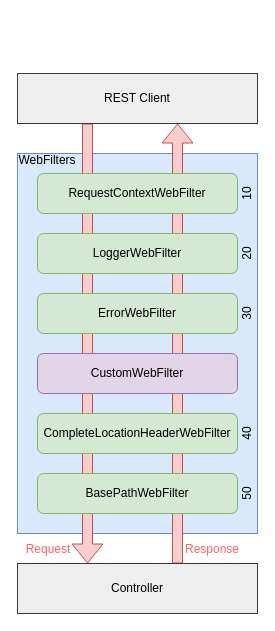
The draw.io diagram doc/almaraz.drawio in bruno-rodrigues-bitsight/contrib-almaraz, before the edit. Source tidied: cells renumbered, new cells numbered last; positions are measured from the earlier drawing's top-left corner, leaving out a move shared by most shapes. Both pictures are drawn from the tidied source at 100%, with x=0, y=0 at pixel (17, 73).
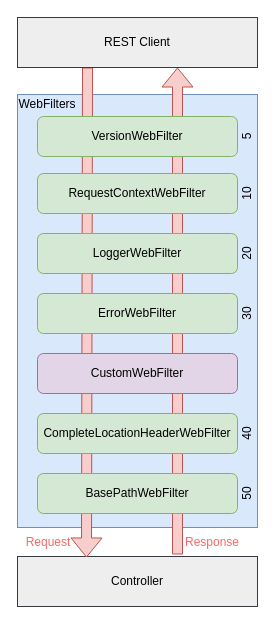
The same page after the edit.

Diff of the diagram source:
```diff
@@
+    <mxCell id="11" value="Controller" style="rounded=0;whiteSpace=wrap;html=1;align=center;fillColor=#eeeeee;strokeColor=#36393d;" parent="1" vertex="1">
+      <mxGeometry y="483" width="240" height="50" as="geometry" />
+    </mxCell>
     <mxCell id="2" style="rounded=0;whiteSpace=wrap;html=1;align=center;fillColor=#dae8fc;strokeColor=#6c8ebf;" parent="1" vertex="1">
-      <mxGeometry y="80" width="240" height="380" as="geometry" />
+      <mxGeometry y="21" width="240" height="433" as="geometry" />
     </mxCell>
     <mxCell id="3" style="shape=flexArrow;endArrow=classic;html=1;fillColor=#f8cecc;strokeColor=#b85450;" parent="1" edge="1">
       <mxGeometry relative="1" as="geometry">
-        <mxPoint x="160" y="490" as="sourcePoint" />
-        <mxPoint x="160" y="50" as="targetPoint" />
+        <mxPoint x="160" y="481" as="sourcePoint" />
+        <mxPoint x="160" y="-6" as="targetPoint" />
       </mxGeometry>
     </mxCell>
     <mxCell id="4" style="shape=flexArrow;endArrow=classic;html=1;fillColor=#f8cecc;strokeColor=#b85450;" parent="1" edge="1">
       <mxGeometry relative="1" as="geometry">
-        <mxPoint x="70" y="50" as="sourcePoint" />
-        <mxPoint x="70" y="490" as="targetPoint" />
+        <mxPoint x="70" y="-6" as="sourcePoint" />
+        <mxPoint x="69" y="484" as="targetPoint" />
       </mxGeometry>
     </mxCell>
@@
-    <mxCell id="11" value="Controller" style="rounded=0;whiteSpace=wrap;html=1;align=center;fillColor=#eeeeee;strokeColor=#36393d;" parent="1" vertex="1">
-      <mxGeometry y="490" width="240" height="50" as="geometry" />
-    </mxCell>
     <mxCell id="12" value="Request" style="text;html=1;strokeColor=none;fillColor=none;align=center;verticalAlign=middle;whiteSpace=wrap;rounded=0;fontColor=#FF6666;" parent="1" vertex="1">
-      <mxGeometry x="11" y="466" width="40" height="20" as="geometry" />
+      <mxGeometry x="11" y="459" width="40" height="20" as="geometry" />
     </mxCell>
     <mxCell id="13" value="Response" style="text;html=1;strokeColor=none;fillColor=none;align=center;verticalAlign=middle;whiteSpace=wrap;rounded=0;fontColor=#FF6666;" parent="1" vertex="1">
-      <mxGeometry x="175" y="466" width="40" height="20" as="geometry" />
+      <mxGeometry x="175" y="459" width="40" height="20" as="geometry" />
     </mxCell>
     <mxCell id="14" value="WebFilters" style="text;html=1;strokeColor=none;fillColor=none;align=center;verticalAlign=middle;whiteSpace=wrap;rounded=0;fontColor=#000000;" parent="1" vertex="1">
-      <mxGeometry x="10" y="77" width="40" height="20" as="geometry" />
+      <mxGeometry x="10" y="21" width="40" height="20" as="geometry" />
     </mxCell>
@@
     <mxCell id="20" value="REST Client" style="rounded=0;whiteSpace=wrap;html=1;align=center;fillColor=#eeeeee;strokeColor=#36393d;" parent="1" vertex="1">
-      <mxGeometry width="240" height="50" as="geometry" />
+      <mxGeometry y="-56" width="240" height="50" as="geometry" />
     </mxCell>
+    <mxCell id="21" value="&lt;div style=&quot;text-align: left&quot;&gt;&lt;span style=&quot;text-align: center&quot;&gt;VersionWebFilter&lt;/span&gt;&lt;br&gt;&lt;/div&gt;" style="rounded=1;whiteSpace=wrap;html=1;rotation=0;align=center;fillColor=#d5e8d4;strokeColor=#82b366;" parent="1" vertex="1">
+      <mxGeometry x="20" y="43" width="200" height="40" as="geometry" />
+    </mxCell>
+    <mxCell id="22" value="5" style="text;html=1;strokeColor=none;fillColor=none;align=center;verticalAlign=middle;whiteSpace=wrap;rounded=0;fontColor=#000000;rotation=-90;" parent="1" vertex="1">
+      <mxGeometry x="210" y="53" width="40" height="20" as="geometry" />
+    </mxCell>
```
